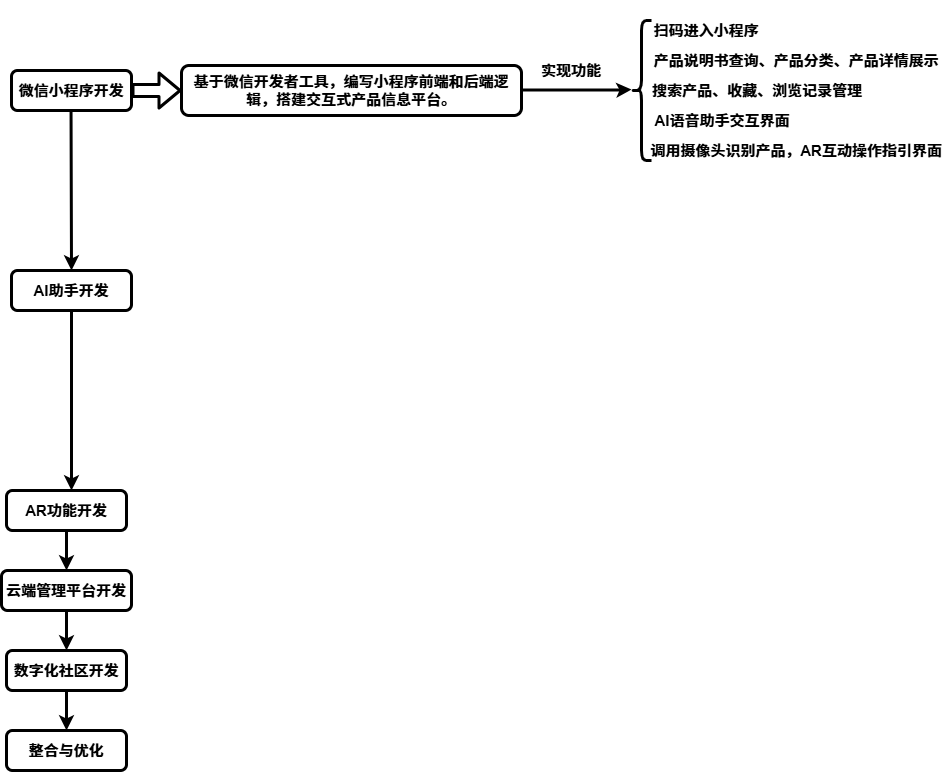
Before: 技术路线图.png, a diagram exported from draw.io (lpy817/-AI-). Source tidied: cells renumbered, new cells last; positions are measured from the earlier drawing's top-left corner, leaving out a move shared by most shapes.
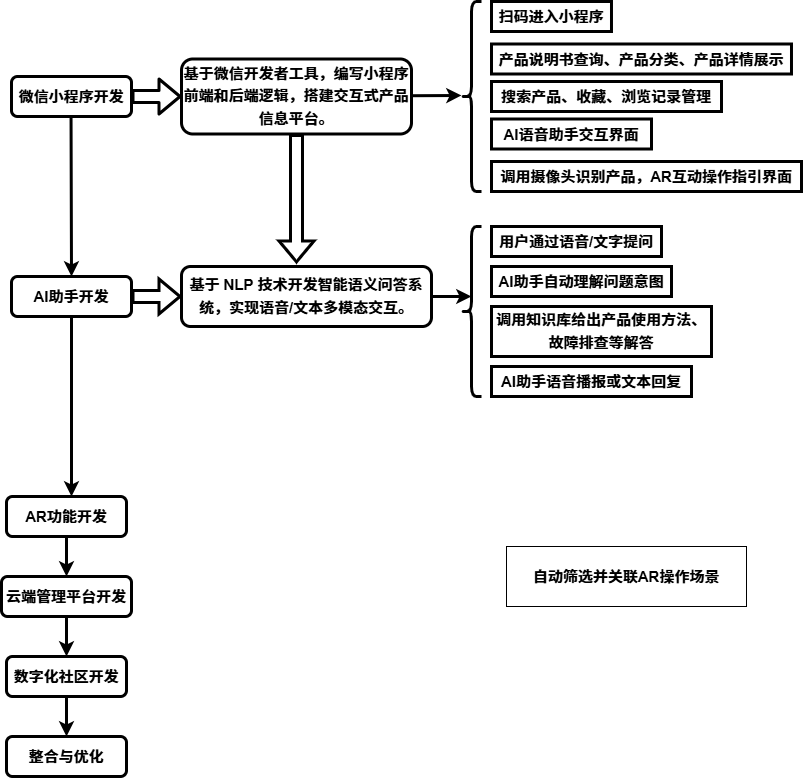
After the commit.

Commit message:
更新技术路线图.png

Diff of the diagram source:
```diff
@@ -2,9 +2,6 @@
   <root>
     <mxCell id="0" />
     <mxCell id="1" parent="0" />
-    <mxCell id="2" value="&lt;font style=&quot;font-size: 15px;&quot;&gt;&lt;b&gt;实现功能&lt;/b&gt;&lt;/font&gt;" style="whiteSpace=wrap;html=1;fillColor=none;strokeColor=none;rounded=1;labelBackgroundColor=none;" parent="1" vertex="1">
-      <mxGeometry x="510" y="40" width="120" height="60" as="geometry" />
-    </mxCell>
     <mxCell id="3" value="&lt;span style=&quot;font-size: 15px;&quot;&gt;&lt;b&gt;微信小程序开发&lt;/b&gt;&lt;/span&gt;" style="rounded=1;whiteSpace=wrap;html=1;strokeWidth=3;labelBackgroundColor=none;" parent="1" vertex="1">
       <mxGeometry x="10" y="70" width="120" height="40" as="geometry" />
     </mxCell>
@@ -53,11 +50,11 @@
     <mxCell id="14" value="&lt;b&gt;&lt;font style=&quot;font-size: 15px;&quot;&gt;整合与优化&lt;/font&gt;&lt;/b&gt;" style="rounded=1;whiteSpace=wrap;html=1;strokeWidth=3;labelBackgroundColor=none;" parent="1" vertex="1">
       <mxGeometry x="5" y="730" width="120" height="40" as="geometry" />
     </mxCell>
-    <mxCell id="15" value="&lt;b&gt;&lt;font style=&quot;font-size: 15px;&quot;&gt;基于微信开发者工具，编写小程序前端和后端逻辑，搭建交互式产品信息平台。&lt;/font&gt;&lt;/b&gt;" style="rounded=1;whiteSpace=wrap;html=1;strokeWidth=3;labelBackgroundColor=none;" parent="1" vertex="1">
-      <mxGeometry x="180" y="65" width="340" height="50" as="geometry" />
+    <mxCell id="15" value="&lt;b&gt;&lt;font style=&quot;font-size: 15px; line-height: 150%;&quot;&gt;基于微信开发者工具，编写小程序前端和后端逻辑，搭建交互式产品信息平台。&lt;/font&gt;&lt;/b&gt;" style="rounded=1;whiteSpace=wrap;html=1;strokeWidth=3;labelBackgroundColor=none;" parent="1" vertex="1">
+      <mxGeometry x="180" y="52.5" width="230" height="75" as="geometry" />
     </mxCell>
     <mxCell id="16" style="shape=curlyBracket;whiteSpace=wrap;html=1;rounded=1;labelPosition=left;verticalLabelPosition=middle;align=right;verticalAlign=middle;strokeWidth=3;labelBackgroundColor=none;" parent="1" vertex="1">
-      <mxGeometry x="630" y="20" width="20" height="140" as="geometry" />
+      <mxGeometry x="460" y="-5" width="20" height="190" as="geometry" />
     </mxCell>
     <mxCell id="17" style="shape=flexArrow;endArrow=classic;html=1;rounded=1;exitX=1;exitY=0.5;exitDx=0;exitDy=0;strokeWidth=3;labelBackgroundColor=none;fontColor=default;" parent="1" edge="1" source="3">
       <mxGeometry relative="1" as="geometry">
@@ -66,27 +63,60 @@
     </mxCell>
     <mxCell id="18" style="endArrow=classic;html=1;rounded=1;exitX=1;exitY=0.5;exitDx=0;exitDy=0;strokeWidth=3;labelBackgroundColor=none;fontColor=default;" parent="1" edge="1">
       <mxGeometry relative="1" as="geometry">
-        <mxPoint x="520" y="89.5" as="sourcePoint" />
-        <mxPoint x="630" y="89" as="targetPoint" />
-        <Array as="points">
-          <mxPoint x="620" y="89.5" />
-        </Array>
+        <mxPoint x="410" y="89.2" as="sourcePoint" />
+        <mxPoint x="460" y="89" as="targetPoint" />
       </mxGeometry>
     </mxCell>
-    <mxCell id="19" value="&lt;font style=&quot;font-size: 15px;&quot;&gt;&lt;b&gt;扫码进入小程序&lt;/b&gt;&lt;/font&gt;" style="whiteSpace=wrap;html=1;fillColor=none;strokeColor=none;" parent="1" vertex="1">
-      <mxGeometry x="630" width="150" height="60" as="geometry" />
+    <mxCell id="19" value="&lt;font style=&quot;font-size: 15px;&quot;&gt;&lt;b&gt;扫码进入小程序&lt;/b&gt;&lt;/font&gt;" style="whiteSpace=wrap;html=1;fillColor=none;strokeColor=default;strokeWidth=3;" parent="1" vertex="1">
+      <mxGeometry x="490" y="-5" width="120" height="30" as="geometry" />
     </mxCell>
-    <mxCell id="20" value="&lt;b&gt;&lt;font style=&quot;font-size: 15px;&quot;&gt;产品说明书查询、产品分类、产品详情展示&lt;/font&gt;&lt;/b&gt;" style="whiteSpace=wrap;html=1;fillColor=none;strokeColor=none;" parent="1" vertex="1">
-      <mxGeometry x="640" y="30" width="310" height="60" as="geometry" />
+    <mxCell id="20" value="&lt;b&gt;&lt;font style=&quot;font-size: 15px;&quot;&gt;产品说明书查询、产品分类、产品详情展示&lt;/font&gt;&lt;/b&gt;" style="whiteSpace=wrap;html=1;fillColor=none;strokeColor=default;strokeWidth=3;" parent="1" vertex="1">
+      <mxGeometry x="490" y="37.5" width="300" height="30" as="geometry" />
     </mxCell>
-    <mxCell id="21" value="&lt;b&gt;&lt;font style=&quot;font-size: 15px;&quot;&gt;搜索产品、收藏、浏览记录管理&lt;/font&gt;&lt;/b&gt;" style="whiteSpace=wrap;html=1;fillColor=none;strokeColor=none;" parent="1" vertex="1">
-      <mxGeometry x="640.6" y="60" width="230" height="60" as="geometry" />
+    <mxCell id="21" value="&lt;b&gt;&lt;font style=&quot;font-size: 15px;&quot;&gt;搜索产品、收藏、浏览记录管理&lt;/font&gt;&lt;/b&gt;" style="whiteSpace=wrap;html=1;fillColor=none;strokeColor=default;strokeWidth=3;" parent="1" vertex="1">
+      <mxGeometry x="490" y="75" width="230" height="30" as="geometry" />
     </mxCell>
-    <mxCell id="22" value="&lt;b&gt;&lt;font style=&quot;font-size: 15px;&quot;&gt;AI语音助手交互界面&lt;/font&gt;&lt;/b&gt;" style="whiteSpace=wrap;html=1;fillColor=none;strokeColor=none;" parent="1" vertex="1">
-      <mxGeometry x="640.6" y="90" width="160" height="60" as="geometry" />
+    <mxCell id="22" value="&lt;b&gt;&lt;font style=&quot;font-size: 15px;&quot;&gt;AI语音助手交互界面&lt;/font&gt;&lt;/b&gt;" style="whiteSpace=wrap;html=1;fillColor=none;strokeColor=default;strokeWidth=3;" parent="1" vertex="1">
+      <mxGeometry x="490" y="112.5" width="160" height="30" as="geometry" />
     </mxCell>
-    <mxCell id="23" value="&lt;b&gt;&lt;font style=&quot;font-size: 15px;&quot;&gt;调用摄像头识别产品，AR互动操作指引界面&lt;/font&gt;&lt;/b&gt;" style="whiteSpace=wrap;html=1;fillColor=none;strokeColor=none;" parent="1" vertex="1">
-      <mxGeometry x="640" y="120" width="310" height="60" as="geometry" />
+    <mxCell id="23" value="&lt;b&gt;&lt;font style=&quot;font-size: 15px;&quot;&gt;调用摄像头识别产品，AR互动操作指引界面&lt;/font&gt;&lt;/b&gt;" style="whiteSpace=wrap;html=1;fillColor=none;strokeColor=default;strokeWidth=3;" parent="1" vertex="1">
+      <mxGeometry x="490" y="155" width="310" height="30" as="geometry" />
     </mxCell>
+    <mxCell id="24" style="shape=flexArrow;endArrow=classic;html=1;rounded=0;exitX=1;exitY=0.5;exitDx=0;exitDy=0;strokeWidth=3;" parent="1" edge="1" source="6">
+      <mxGeometry relative="1" as="geometry">
+        <mxPoint x="180" y="290" as="targetPoint" />
+      </mxGeometry>
+    </mxCell>
+    <mxCell id="25" value="&lt;b&gt;&lt;font style=&quot;font-size: 15px; line-height: 150%;&quot;&gt;基于 NLP 技术开发智能语义问答系统，实现语音/文本多模态交互。&lt;/font&gt;&lt;/b&gt;" style="rounded=1;whiteSpace=wrap;html=1;strokeWidth=3;" parent="1" vertex="1">
+      <mxGeometry x="180" y="260" width="250" height="60" as="geometry" />
+    </mxCell>
+    <mxCell id="26" style="shape=flexArrow;endArrow=classic;html=1;rounded=0;exitX=0.5;exitY=1;exitDx=0;exitDy=0;strokeWidth=3;" parent="1" edge="1" source="15">
+      <mxGeometry relative="1" as="geometry">
+        <mxPoint x="295" y="257" as="targetPoint" />
+      </mxGeometry>
+    </mxCell>
+    <mxCell id="27" style="endArrow=classic;html=1;rounded=0;exitX=1;exitY=0.5;exitDx=0;exitDy=0;strokeWidth=3;" parent="1" edge="1" source="25">
+      <mxGeometry relative="1" as="geometry">
+        <mxPoint x="470" y="290" as="targetPoint" />
+      </mxGeometry>
+    </mxCell>
+    <mxCell id="28" value="用户通过语音/文字提问" style="whiteSpace=wrap;html=1;fontStyle=1;fontSize=15;fillColor=none;strokeColor=default;strokeWidth=3;" parent="1" vertex="1">
+      <mxGeometry x="490" y="220" width="170" height="30" as="geometry" />
+    </mxCell>
+    <mxCell id="29" value="AI助手自动理解问题意图" style="whiteSpace=wrap;html=1;direction=west;fontSize=15;fontStyle=1;fillColor=none;strokeColor=default;strokeWidth=3;" parent="1" vertex="1">
+      <mxGeometry x="490" y="260" width="180" height="30" as="geometry" />
+    </mxCell>
+    <mxCell id="30" value="&lt;div style=&quot;line-height: 150%;&quot;&gt;调用知识库给出产品使用方法、故障排查等解答&lt;/div&gt;" style="whiteSpace=wrap;html=1;fontStyle=1;fontSize=15;fillColor=none;strokeColor=default;strokeWidth=3;" parent="1" vertex="1">
+      <mxGeometry x="490" y="300" width="220" height="50" as="geometry" />
+    </mxCell>
+    <mxCell id="31" value="&lt;br&gt;AI助手语音播报或文本回复&lt;div&gt;&lt;br&gt;&lt;/div&gt;" style="whiteSpace=wrap;html=1;fontStyle=1;fontSize=15;fillColor=none;strokeColor=default;strokeWidth=3;align=center;" parent="1" vertex="1">
+      <mxGeometry x="490" y="360" width="200" height="30" as="geometry" />
+    </mxCell>
+    <mxCell id="32" value="&lt;b&gt;&lt;font style=&quot;font-size: 15px;&quot;&gt;自动筛选并关联AR操作场景&lt;/font&gt;&lt;/b&gt;" style="whiteSpace=wrap;html=1;" parent="1" vertex="1">
+      <mxGeometry x="505" y="540" width="240" height="60" as="geometry" />
+    </mxCell>
+    <mxCell id="33" style="shape=curlyBracket;whiteSpace=wrap;html=1;rounded=1;labelPosition=left;verticalLabelPosition=middle;align=right;verticalAlign=middle;strokeColor=default;fontFamily=Helvetica;fontSize=15;fontColor=default;fontStyle=1;fillColor=default;strokeWidth=3;" parent="1" vertex="1">
+      <mxGeometry x="460" y="220" width="20" height="170" as="geometry" />
+    </mxCell>
   </root>
 </mxGraphModel>
```
